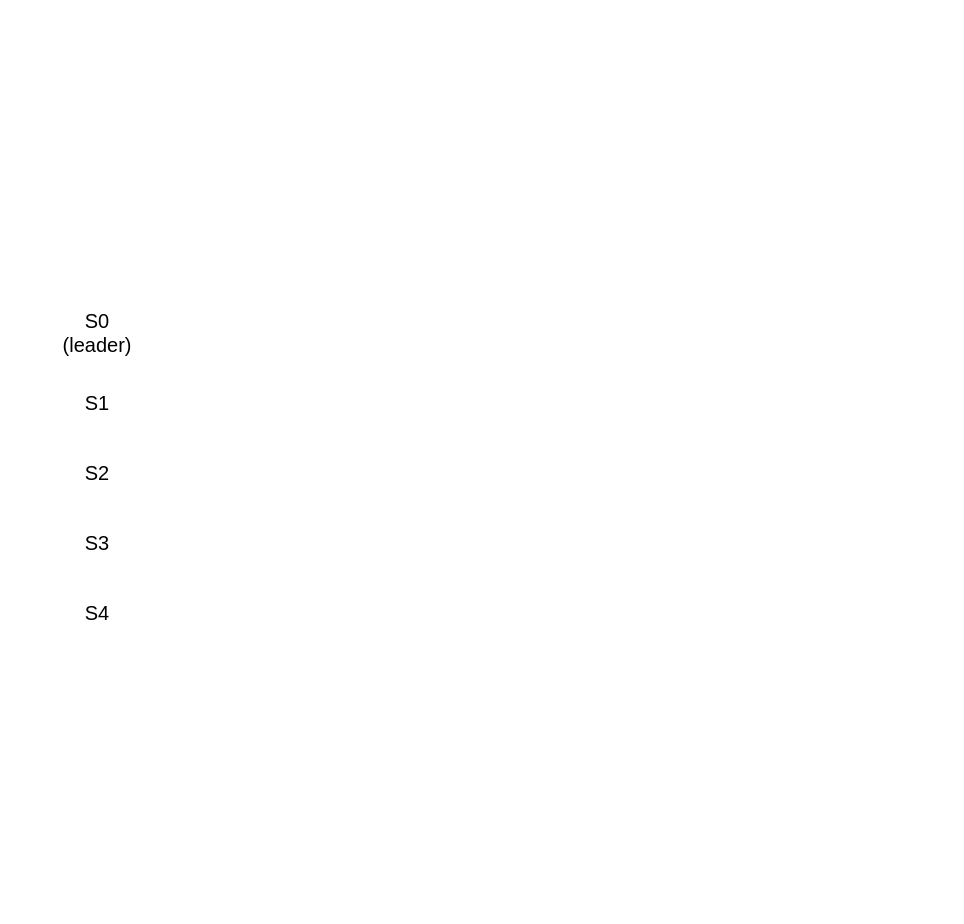
Before: 未命名绘图.drawio in Holworth/DrawIO, a draw.io diagram. Source tidied: cells renumbered, new cells numbered last; positions are measured from the earlier drawing's top-left corner, leaving out a move shared by most shapes. Both pictures are drawn from the tidied source at 100%, with x=0, y=0 at pixel (17, 317).
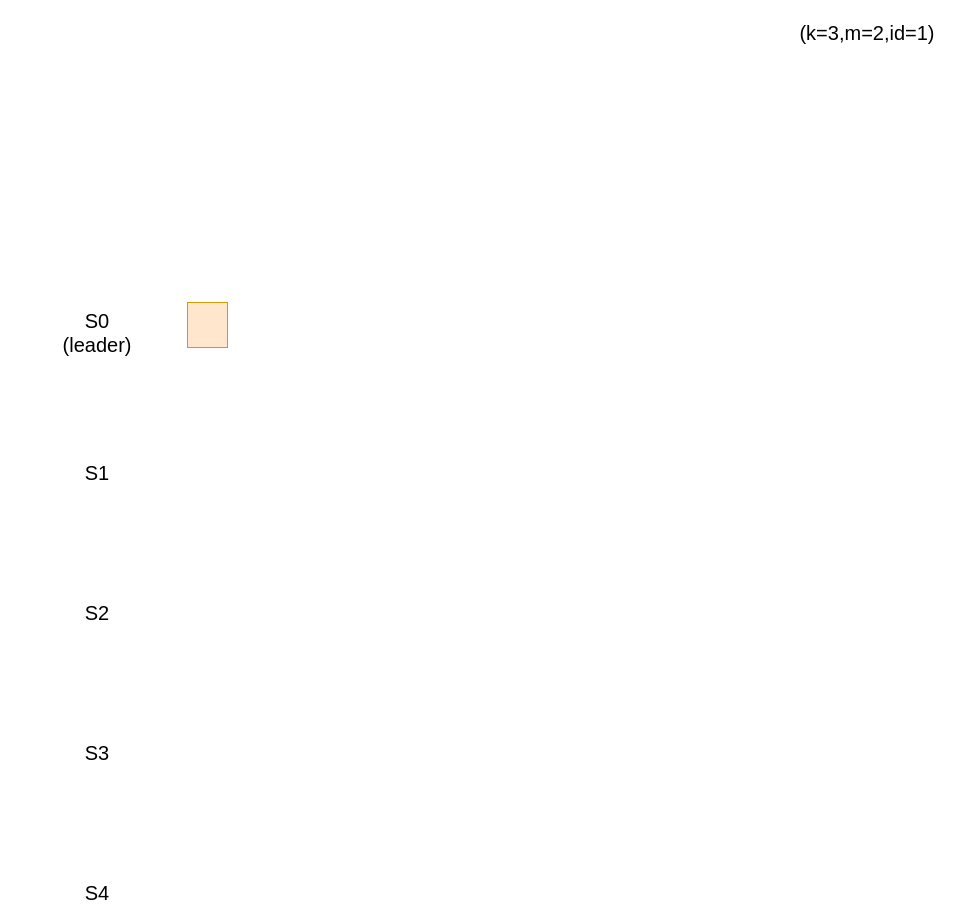
The same diagram, later.

Commit message (it also covers changes not shown here):
更新未命名绘图.drawio

Change to the diagram source:
```diff
@@
 <mxGraphModel>
   <root>
     <mxCell id="0" />
     <mxCell id="1" parent="0" />
     <mxCell id="2" value="&lt;font style=&quot;font-size: 20px;&quot;&gt;S0 &lt;br&gt;(leader)&lt;/font&gt;" style="text;html=1;strokeColor=none;fillColor=none;align=center;verticalAlign=middle;whiteSpace=wrap;rounded=0;" parent="1" vertex="1">
       <mxGeometry width="160" height="30" as="geometry" />
     </mxCell>
-    <mxCell id="3" value="&lt;span style=&quot;font-size: 20px;&quot;&gt;S1&lt;/span&gt;" style="text;html=1;strokeColor=none;fillColor=none;align=center;verticalAlign=middle;whiteSpace=wrap;rounded=0;" parent="1" vertex="1">
-      <mxGeometry y="70" width="160" height="30" as="geometry" />
+    <mxCell id="3" value="&lt;span style=&quot;font-size: 20px;&quot;&gt;S3&lt;/span&gt;" style="text;html=1;strokeColor=none;fillColor=none;align=center;verticalAlign=middle;whiteSpace=wrap;rounded=0;" parent="1" vertex="1">
+      <mxGeometry y="420" width="160" height="30" as="geometry" />
     </mxCell>
-    <mxCell id="4" value="&lt;span style=&quot;font-size: 20px;&quot;&gt;S2&lt;/span&gt;" style="text;html=1;strokeColor=none;fillColor=none;align=center;verticalAlign=middle;whiteSpace=wrap;rounded=0;" parent="1" vertex="1">
+    <mxCell id="4" value="&lt;span style=&quot;font-size: 20px;&quot;&gt;S1&lt;/span&gt;" style="text;html=1;strokeColor=none;fillColor=none;align=center;verticalAlign=middle;whiteSpace=wrap;rounded=0;" parent="1" vertex="1">
       <mxGeometry y="140" width="160" height="30" as="geometry" />
     </mxCell>
-    <mxCell id="5" value="&lt;span style=&quot;font-size: 20px;&quot;&gt;S3&lt;/span&gt;" style="text;html=1;strokeColor=none;fillColor=none;align=center;verticalAlign=middle;whiteSpace=wrap;rounded=0;" parent="1" vertex="1">
-      <mxGeometry y="210" width="160" height="30" as="geometry" />
+    <mxCell id="5" value="&lt;span style=&quot;font-size: 20px;&quot;&gt;S4&lt;/span&gt;" style="text;html=1;strokeColor=none;fillColor=none;align=center;verticalAlign=middle;whiteSpace=wrap;rounded=0;" parent="1" vertex="1">
+      <mxGeometry y="560" width="160" height="30" as="geometry" />
     </mxCell>
-    <mxCell id="6" value="&lt;span style=&quot;font-size: 20px;&quot;&gt;S4&lt;/span&gt;" style="text;html=1;strokeColor=none;fillColor=none;align=center;verticalAlign=middle;whiteSpace=wrap;rounded=0;" parent="1" vertex="1">
+    <mxCell id="6" value="&lt;span style=&quot;font-size: 20px;&quot;&gt;S2&lt;/span&gt;" style="text;html=1;strokeColor=none;fillColor=none;align=center;verticalAlign=middle;whiteSpace=wrap;rounded=0;" parent="1" vertex="1">
       <mxGeometry y="280" width="160" height="30" as="geometry" />
     </mxCell>
+    <mxCell id="7" style="rounded=0;whiteSpace=wrap;html=1;fontSize=20;fillColor=#FFE6CC;strokeColor=#d79b00;fillStyle=auto;" parent="1" vertex="1">
+      <mxGeometry x="170" y="-15" width="40" height="45" as="geometry" />
+    </mxCell>
+    <mxCell id="8" value="(k=3,m=2,id=1)" style="text;html=1;strokeColor=none;fillColor=none;align=center;verticalAlign=middle;whiteSpace=wrap;rounded=0;fillStyle=auto;fontSize=20;" parent="1" vertex="1">
+      <mxGeometry x="770" y="-300" width="160" height="30" as="geometry" />
+    </mxCell>
   </root>
 </mxGraphModel>
```
